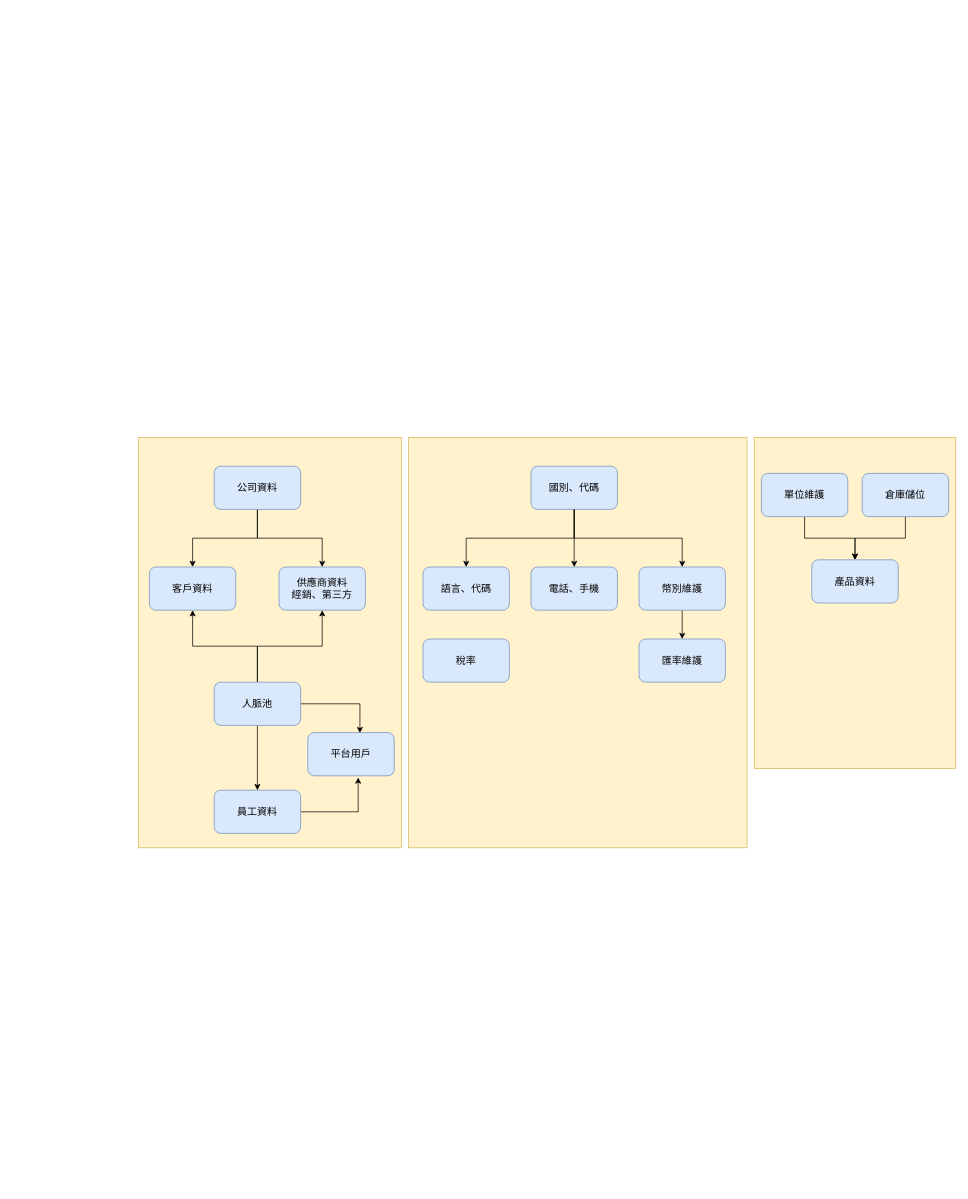
Above: fPlus_基本資料.drawio in frglobal/documents (draw.io), before the change. Source tidied: cells renumbered, new cells numbered last; positions are measured from the earlier drawing's top-left corner, leaving out a move shared by most shapes. Both pictures are drawn from the tidied source at 72%, with x=0, y=0 at pixel (138, 437).
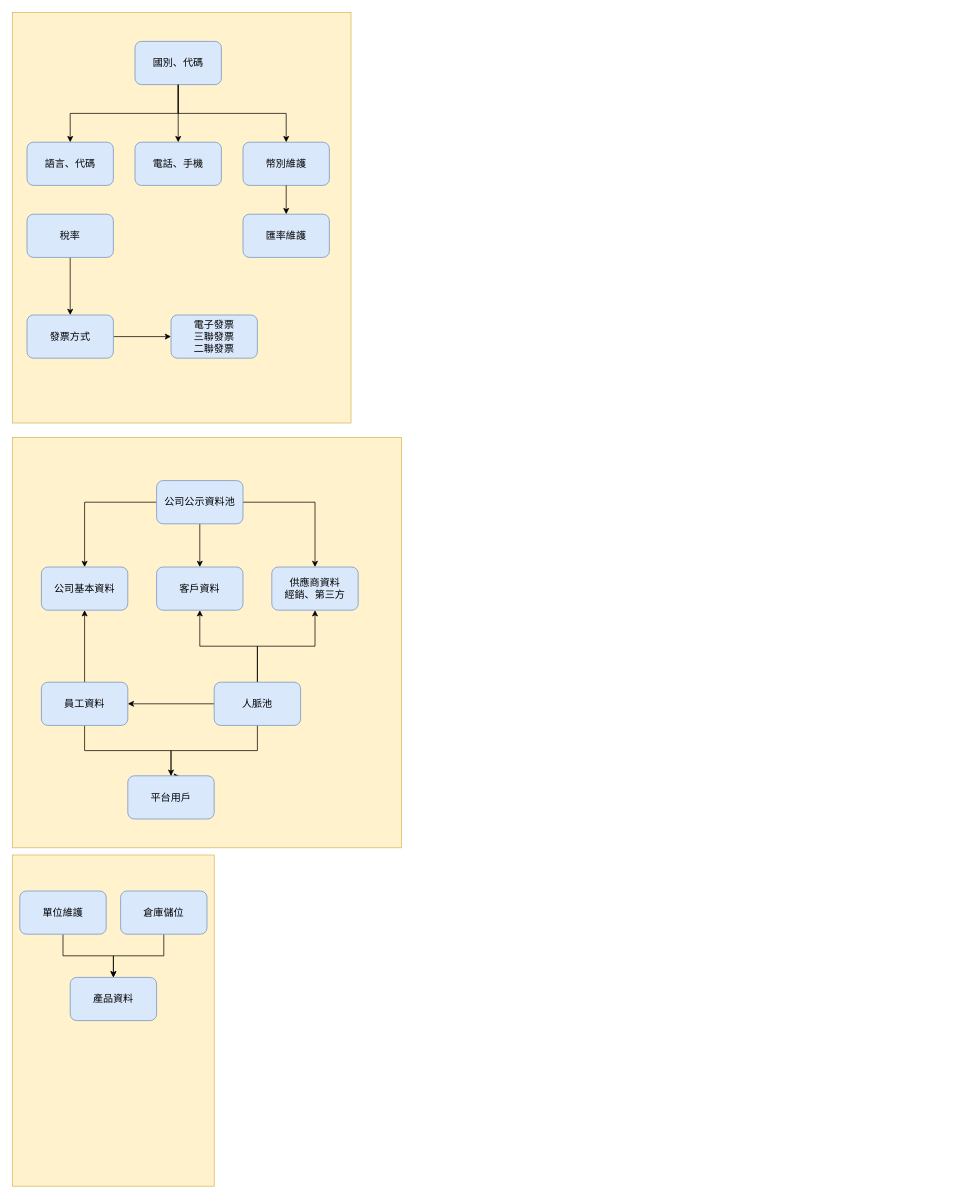
After the change.

Commit message:
更新fPlus_基本資料.drawio

The change refers to these unchanged cells:
```xml
<mxCell id="12" value="人脈池" style="rounded=1;whiteSpace=wrap;html=1;fillColor=#dae8fc;strokeColor=#6c8ebf;fontFamily=Noto Sans TC;fontSize=14;" parent="1" vertex="1">
  <mxGeometry x="105" y="340" width="120" height="60" as="geometry" />
</mxCell>
```

What changed in the source:
```diff
@@
-    <mxCell id="2" style="rounded=0;whiteSpace=wrap;html=1;fillColor=#fff2cc;strokeColor=#d6b656;" parent="1" vertex="1">
-      <mxGeometry x="855" width="280" height="460" as="geometry" />
-    </mxCell>
     <mxCell id="3" style="rounded=0;whiteSpace=wrap;html=1;fillColor=#fff2cc;strokeColor=#d6b656;" parent="1" vertex="1">
-      <mxGeometry width="365" height="570" as="geometry" />
+      <mxGeometry x="-175" width="540" height="570" as="geometry" />
     </mxCell>
-    <mxCell id="4" style="rounded=0;whiteSpace=wrap;html=1;fillColor=#fff2cc;strokeColor=#d6b656;" parent="1" vertex="1">
-      <mxGeometry x="375" width="470" height="570" as="geometry" />
-    </mxCell>
-    <mxCell id="5" value="產品資料" style="rounded=1;whiteSpace=wrap;html=1;fillColor=#dae8fc;strokeColor=#6c8ebf;fontFamily=Noto Sans TC;fontSize=14;" parent="1" vertex="1">
-      <mxGeometry x="935" y="170" width="120" height="60" as="geometry" />
-    </mxCell>
-    <mxCell id="6" style="edgeStyle=orthogonalEdgeStyle;rounded=0;jettySize=auto;html=1;entryX=0.5;entryY=0;entryDx=0;entryDy=0;" parent="1" edge="1" source="7" target="5">
-      <mxGeometry relative="1" as="geometry" />
-    </mxCell>
-    <mxCell id="7" value="單位維護" style="rounded=1;whiteSpace=wrap;html=1;fillColor=#dae8fc;strokeColor=#6c8ebf;fontFamily=Noto Sans TC;fontSize=14;" parent="1" vertex="1">
-      <mxGeometry x="865" y="50" width="120" height="60" as="geometry" />
-    </mxCell>
@@
     <mxCell id="9" style="edgeStyle=orthogonalEdgeStyle;rounded=0;jettySize=auto;html=1;entryX=0.603;entryY=0.013;entryDx=0;entryDy=0;entryPerimeter=0;" parent="1" edge="1" source="12" target="19">
-      <mxGeometry relative="1" as="geometry" />
+      <mxGeometry relative="1" as="geometry">
+        <Array as="points">
+          <mxPoint x="165" y="435" />
+          <mxPoint x="45" y="435" />
+          <mxPoint x="45" y="471" />
+        </Array>
+      </mxGeometry>
     </mxCell>
@@
-    <mxCell id="13" style="edgeStyle=orthogonalEdgeStyle;rounded=0;jettySize=auto;html=1;entryX=0.583;entryY=1.04;entryDx=0;entryDy=0;entryPerimeter=0;" parent="1" edge="1" source="14" target="19">
+    <mxCell id="13" style="edgeStyle=orthogonalEdgeStyle;rounded=0;jettySize=auto;html=1;exitX=0.5;exitY=1;exitDx=0;exitDy=0;entryX=0.5;entryY=0;entryDx=0;entryDy=0;" parent="1" edge="1" source="14" target="19">
       <mxGeometry relative="1" as="geometry" />
     </mxCell>
+    <mxCell id="33" style="edgeStyle=orthogonalEdgeStyle;rounded=0;jettySize=auto;html=1;entryX=0.5;entryY=1;entryDx=0;entryDy=0;" parent="1" edge="1" source="14" target="35">
+      <mxGeometry relative="1" as="geometry" />
+    </mxCell>
     <mxCell id="14" value="員工資料" style="rounded=1;whiteSpace=wrap;html=1;fillColor=#dae8fc;strokeColor=#6c8ebf;fontFamily=Noto Sans TC;fontSize=14;" parent="1" vertex="1">
-      <mxGeometry x="105" y="490" width="120" height="60" as="geometry" />
+      <mxGeometry x="-135" y="340" width="120" height="60" as="geometry" />
     </mxCell>
@@
+    <mxCell id="34" style="edgeStyle=orthogonalEdgeStyle;rounded=0;jettySize=auto;html=1;" parent="1" edge="1" source="17" target="35">
+      <mxGeometry relative="1" as="geometry" />
+    </mxCell>
-    <mxCell id="17" value="公司資料" style="rounded=1;whiteSpace=wrap;html=1;fillColor=#dae8fc;strokeColor=#6c8ebf;fontFamily=Noto Sans TC;fontSize=14;" parent="1" vertex="1">
-      <mxGeometry x="105" y="40" width="120" height="60" as="geometry" />
+    <mxCell id="17" value="公司公示資料池" style="rounded=1;whiteSpace=wrap;html=1;fillColor=#dae8fc;strokeColor=#6c8ebf;fontFamily=Noto Sans TC;fontSize=14;" parent="1" vertex="1">
+      <mxGeometry x="25" y="60" width="120" height="60" as="geometry" />
     </mxCell>
     <mxCell id="18" value="客戶資料" style="rounded=1;whiteSpace=wrap;html=1;fillColor=#dae8fc;strokeColor=#6c8ebf;fontFamily=Noto Sans TC;fontSize=14;" parent="1" vertex="1">
-      <mxGeometry x="15" y="180" width="120" height="60" as="geometry" />
+      <mxGeometry x="25" y="180" width="120" height="60" as="geometry" />
     </mxCell>
     <mxCell id="19" value="平台用戶" style="rounded=1;whiteSpace=wrap;html=1;fillColor=#dae8fc;strokeColor=#6c8ebf;fontFamily=Noto Sans TC;fontSize=14;" parent="1" vertex="1">
-      <mxGeometry x="235" y="410" width="120" height="60" as="geometry" />
+      <mxGeometry x="-15" y="470" width="120" height="60" as="geometry" />
     </mxCell>
     <mxCell id="20" value="供應商資料&lt;br&gt;經銷、第三方" style="rounded=1;whiteSpace=wrap;html=1;fillColor=#dae8fc;strokeColor=#6c8ebf;fontFamily=Noto Sans TC;fontSize=14;" parent="1" vertex="1">
-      <mxGeometry x="195" y="180" width="120" height="60" as="geometry" />
+      <mxGeometry x="185" y="180" width="120" height="60" as="geometry" />
     </mxCell>
-    <mxCell id="21" style="edgeStyle=orthogonalEdgeStyle;rounded=0;jettySize=auto;html=1;" parent="1" edge="1" source="22" target="23">
-      <mxGeometry relative="1" as="geometry" />
-    </mxCell>
+    <mxCell id="35" value="公司基本資料" style="rounded=1;whiteSpace=wrap;html=1;fillColor=#dae8fc;strokeColor=#6c8ebf;fontFamily=Noto Sans TC;fontSize=14;" parent="1" vertex="1">
+      <mxGeometry x="-135" y="180" width="120" height="60" as="geometry" />
+    </mxCell>
+    <mxCell id="36" style="group;" parent="1" vertex="1">
+      <mxGeometry x="-175" y="-590" width="470" height="570" as="geometry" />
+    </mxCell>
+    <mxCell id="4" style="rounded=0;whiteSpace=wrap;html=1;fillColor=#fff2cc;strokeColor=#d6b656;" parent="36" vertex="1">
+      <mxGeometry width="470" height="570" as="geometry" />
+    </mxCell>
-    <mxCell id="22" value="幣別維護" style="rounded=1;whiteSpace=wrap;html=1;fillColor=#dae8fc;strokeColor=#6c8ebf;fontFamily=Noto Sans TC;fontSize=14;" parent="1" vertex="1">
-      <mxGeometry x="695" y="180" width="120" height="60" as="geometry" />
+    <mxCell id="22" value="幣別維護" style="rounded=1;whiteSpace=wrap;html=1;fillColor=#dae8fc;strokeColor=#6c8ebf;fontFamily=Noto Sans TC;fontSize=14;" parent="36" vertex="1">
+      <mxGeometry x="320" y="180" width="120" height="60" as="geometry" />
     </mxCell>
-    <mxCell id="23" value="匯率維護" style="rounded=1;whiteSpace=wrap;html=1;fillColor=#dae8fc;strokeColor=#6c8ebf;fontFamily=Noto Sans TC;fontSize=14;" parent="1" vertex="1">
-      <mxGeometry x="695" y="280" width="120" height="60" as="geometry" />
+    <mxCell id="23" value="匯率維護" style="rounded=1;whiteSpace=wrap;html=1;fillColor=#dae8fc;strokeColor=#6c8ebf;fontFamily=Noto Sans TC;fontSize=14;" parent="36" vertex="1">
+      <mxGeometry x="320" y="280" width="120" height="60" as="geometry" />
     </mxCell>
-    <mxCell id="24" style="edgeStyle=orthogonalEdgeStyle;rounded=0;jettySize=auto;html=1;entryX=0.5;entryY=0;entryDx=0;entryDy=0;" parent="1" edge="1" source="25" target="5">
-      <mxGeometry relative="1" as="geometry" />
-    </mxCell>
-    <mxCell id="25" value="倉庫儲位" style="rounded=1;whiteSpace=wrap;html=1;fillColor=#dae8fc;strokeColor=#6c8ebf;fontFamily=Noto Sans TC;fontSize=14;" parent="1" vertex="1">
-      <mxGeometry x="1005" y="50" width="120" height="60" as="geometry" />
-    </mxCell>
+    <mxCell id="21" style="edgeStyle=orthogonalEdgeStyle;rounded=0;jettySize=auto;html=1;" parent="36" edge="1" source="22" target="23">
+      <mxGeometry relative="1" as="geometry" />
+    </mxCell>
-    <mxCell id="26" style="edgeStyle=orthogonalEdgeStyle;rounded=0;jettySize=auto;html=1;" parent="1" edge="1" source="27" target="22">
+    <mxCell id="26" style="edgeStyle=orthogonalEdgeStyle;rounded=0;jettySize=auto;html=1;" parent="36" edge="1" source="27" target="22">
       <mxGeometry relative="1" as="geometry">
         <Array as="points">
-          <mxPoint x="605" y="140" />
-          <mxPoint x="755" y="140" />
+          <mxPoint x="230" y="140" />
+          <mxPoint x="380" y="140" />
         </Array>
       </mxGeometry>
     </mxCell>
-    <mxCell id="27" value="國別、代碼" style="rounded=1;whiteSpace=wrap;html=1;fillColor=#dae8fc;strokeColor=#6c8ebf;fontFamily=Noto Sans TC;fontSize=14;" parent="1" vertex="1">
-      <mxGeometry x="545" y="40" width="120" height="60" as="geometry" />
+    <mxCell id="27" value="國別、代碼" style="rounded=1;whiteSpace=wrap;html=1;fillColor=#dae8fc;strokeColor=#6c8ebf;fontFamily=Noto Sans TC;fontSize=14;" parent="36" vertex="1">
+      <mxGeometry x="170" y="40" width="120" height="60" as="geometry" />
     </mxCell>
-    <mxCell id="28" value="語言、代碼" style="rounded=1;whiteSpace=wrap;html=1;fillColor=#dae8fc;strokeColor=#6c8ebf;fontFamily=Noto Sans TC;fontSize=14;" parent="1" vertex="1">
-      <mxGeometry x="395" y="180" width="120" height="60" as="geometry" />
+    <mxCell id="28" value="語言、代碼" style="rounded=1;whiteSpace=wrap;html=1;fillColor=#dae8fc;strokeColor=#6c8ebf;fontFamily=Noto Sans TC;fontSize=14;" parent="36" vertex="1">
+      <mxGeometry x="20" y="180" width="120" height="60" as="geometry" />
     </mxCell>
-    <mxCell id="29" style="edgeStyle=orthogonalEdgeStyle;rounded=0;jettySize=auto;html=1;entryX=0.5;entryY=0;entryDx=0;entryDy=0;" parent="1" edge="1" source="27" target="28">
+    <mxCell id="29" style="edgeStyle=orthogonalEdgeStyle;rounded=0;jettySize=auto;html=1;entryX=0.5;entryY=0;entryDx=0;entryDy=0;" parent="36" edge="1" source="27" target="28">
       <mxGeometry relative="1" as="geometry">
         <Array as="points">
-          <mxPoint x="605" y="140" />
-          <mxPoint x="455" y="140" />
+          <mxPoint x="230" y="140" />
+          <mxPoint x="80" y="140" />
         </Array>
       </mxGeometry>
     </mxCell>
-    <mxCell id="30" value="電話、手機" style="rounded=1;whiteSpace=wrap;html=1;fillColor=#dae8fc;strokeColor=#6c8ebf;fontFamily=Noto Sans TC;fontSize=14;" parent="1" vertex="1">
-      <mxGeometry x="545" y="180" width="120" height="60" as="geometry" />
+    <mxCell id="30" value="電話、手機" style="rounded=1;whiteSpace=wrap;html=1;fillColor=#dae8fc;strokeColor=#6c8ebf;fontFamily=Noto Sans TC;fontSize=14;" parent="36" vertex="1">
+      <mxGeometry x="170" y="180" width="120" height="60" as="geometry" />
     </mxCell>
-    <mxCell id="31" style="edgeStyle=orthogonalEdgeStyle;rounded=0;jettySize=auto;html=1;" parent="1" edge="1" source="27" target="30">
+    <mxCell id="31" style="edgeStyle=orthogonalEdgeStyle;rounded=0;jettySize=auto;html=1;" parent="36" edge="1" source="27" target="30">
       <mxGeometry relative="1" as="geometry" />
     </mxCell>
+    <mxCell id="37" style="edgeStyle=orthogonalEdgeStyle;rounded=0;jettySize=auto;html=1;" parent="36" edge="1" source="32" target="39">
+      <mxGeometry relative="1" as="geometry" />
+    </mxCell>
-    <mxCell id="32" value="稅率" style="rounded=1;whiteSpace=wrap;html=1;fillColor=#dae8fc;strokeColor=#6c8ebf;fontFamily=Noto Sans TC;fontSize=14;" parent="1" vertex="1">
-      <mxGeometry x="395" y="280" width="120" height="60" as="geometry" />
+    <mxCell id="32" value="稅率" style="rounded=1;whiteSpace=wrap;html=1;fillColor=#dae8fc;strokeColor=#6c8ebf;fontFamily=Noto Sans TC;fontSize=14;" parent="36" vertex="1">
+      <mxGeometry x="20" y="280" width="120" height="60" as="geometry" />
     </mxCell>
+    <mxCell id="38" style="edgeStyle=orthogonalEdgeStyle;rounded=0;jettySize=auto;html=1;" parent="36" edge="1" source="39" target="40">
+      <mxGeometry relative="1" as="geometry" />
+    </mxCell>
+    <mxCell id="39" value="發票方式" style="rounded=1;whiteSpace=wrap;html=1;fillColor=#dae8fc;strokeColor=#6c8ebf;fontFamily=Noto Sans TC;fontSize=14;" parent="36" vertex="1">
+      <mxGeometry x="20" y="420" width="120" height="60" as="geometry" />
+    </mxCell>
+    <mxCell id="40" value="電子發票&lt;br&gt;三聯發票&lt;br&gt;二聯發票" style="rounded=1;whiteSpace=wrap;html=1;fillColor=#dae8fc;strokeColor=#6c8ebf;fontFamily=Noto Sans TC;fontSize=14;" parent="36" vertex="1">
+      <mxGeometry x="220" y="420" width="120" height="60" as="geometry" />
+    </mxCell>
+    <mxCell id="41" style="group;" parent="1" vertex="1">
+      <mxGeometry x="-175" y="580" width="280" height="460" as="geometry" />
+    </mxCell>
+    <mxCell id="2" style="rounded=0;whiteSpace=wrap;html=1;fillColor=#fff2cc;strokeColor=#d6b656;" parent="41" vertex="1">
+      <mxGeometry width="280" height="460" as="geometry" />
+    </mxCell>
+    <mxCell id="5" value="產品資料" style="rounded=1;whiteSpace=wrap;html=1;fillColor=#dae8fc;strokeColor=#6c8ebf;fontFamily=Noto Sans TC;fontSize=14;" parent="41" vertex="1">
+      <mxGeometry x="80" y="170" width="120" height="60" as="geometry" />
+    </mxCell>
+    <mxCell id="6" style="edgeStyle=orthogonalEdgeStyle;rounded=0;jettySize=auto;html=1;entryX=0.5;entryY=0;entryDx=0;entryDy=0;" parent="41" edge="1" source="7" target="5">
+      <mxGeometry relative="1" as="geometry" />
+    </mxCell>
+    <mxCell id="7" value="單位維護" style="rounded=1;whiteSpace=wrap;html=1;fillColor=#dae8fc;strokeColor=#6c8ebf;fontFamily=Noto Sans TC;fontSize=14;" parent="41" vertex="1">
+      <mxGeometry x="10" y="50" width="120" height="60" as="geometry" />
+    </mxCell>
+    <mxCell id="24" style="edgeStyle=orthogonalEdgeStyle;rounded=0;jettySize=auto;html=1;entryX=0.5;entryY=0;entryDx=0;entryDy=0;" parent="41" edge="1" source="25" target="5">
+      <mxGeometry relative="1" as="geometry" />
+    </mxCell>
+    <mxCell id="25" value="倉庫儲位" style="rounded=1;whiteSpace=wrap;html=1;fillColor=#dae8fc;strokeColor=#6c8ebf;fontFamily=Noto Sans TC;fontSize=14;" parent="41" vertex="1">
+      <mxGeometry x="150" y="50" width="120" height="60" as="geometry" />
+    </mxCell>
```
